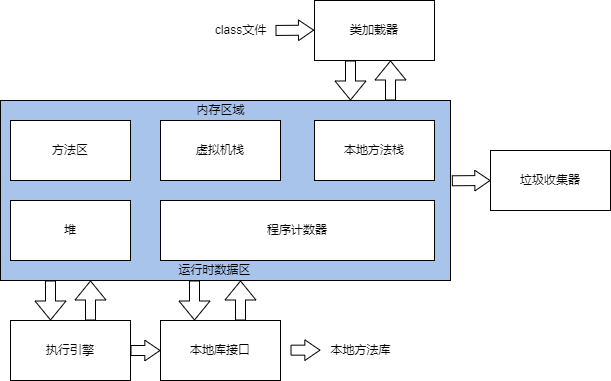
This is javavm.drawio.png from CNovelist/makegraph, a draw.io export, as it was before one commit. Source tidied: cells renumbered, new cells last; positions are measured from the earlier drawing's top-left corner, leaving out a move shared by most shapes.
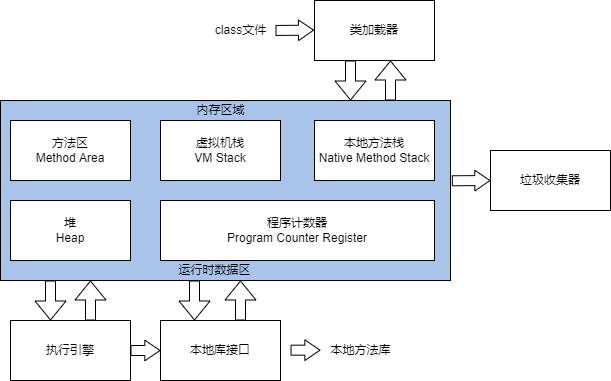
Later version of the same file.

What changed in the source:
```diff
@@ -8,19 +8,19 @@
     <mxCell id="3" value="类加载器" style="rounded=0;whiteSpace=wrap;html=1;" parent="1" vertex="1">
       <mxGeometry x="314" width="120" height="60" as="geometry" />
     </mxCell>
-    <mxCell id="4" value="方法区" style="rounded=0;whiteSpace=wrap;html=1;" parent="1" vertex="1">
+    <mxCell id="4" value="方法区&lt;br&gt;Method Area" style="rounded=0;whiteSpace=wrap;html=1;" parent="1" vertex="1">
       <mxGeometry x="10" y="120" width="120" height="60" as="geometry" />
     </mxCell>
-    <mxCell id="5" value="虚拟机栈" style="rounded=0;whiteSpace=wrap;html=1;" parent="1" vertex="1">
+    <mxCell id="5" value="虚拟机栈&lt;br&gt;VM Stack" style="rounded=0;whiteSpace=wrap;html=1;" parent="1" vertex="1">
       <mxGeometry x="160" y="120" width="120" height="60" as="geometry" />
     </mxCell>
-    <mxCell id="6" value="本地方法栈" style="rounded=0;whiteSpace=wrap;html=1;" parent="1" vertex="1">
+    <mxCell id="6" value="本地方法栈&lt;br&gt;Native Method Stack" style="rounded=0;whiteSpace=wrap;html=1;" parent="1" vertex="1">
       <mxGeometry x="314" y="120" width="120" height="60" as="geometry" />
     </mxCell>
-    <mxCell id="7" value="堆" style="rounded=0;whiteSpace=wrap;html=1;" parent="1" vertex="1">
+    <mxCell id="7" value="堆&lt;br&gt;Heap" style="rounded=0;whiteSpace=wrap;html=1;" parent="1" vertex="1">
       <mxGeometry x="10" y="200" width="120" height="60" as="geometry" />
     </mxCell>
-    <mxCell id="8" value="程序计数器" style="rounded=0;whiteSpace=wrap;html=1;" parent="1" vertex="1">
+    <mxCell id="8" value="程序计数器&lt;br&gt;Program Counter Register" style="rounded=0;whiteSpace=wrap;html=1;" parent="1" vertex="1">
       <mxGeometry x="160" y="200" width="274" height="60" as="geometry" />
     </mxCell>
     <mxCell id="9" value="执行引擎" style="rounded=0;whiteSpace=wrap;html=1;" parent="1" vertex="1">
```
